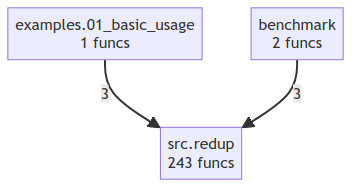
This is project/compact_flow.png from semcod/redup, a Mermaid export, as it was before one commit. Its source is kept beside it as project/compact_flow.mmd.
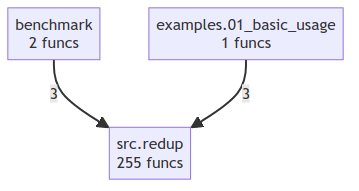
Later version of the same file.

What changed in the source:
```diff
@@ -1,6 +1,6 @@
 flowchart TD
     benchmark["benchmark<br/>2 funcs"]
     examples_01_basic_usage["examples.01_basic_usage<br/>1 funcs"]
-    src_redup["src.redup<br/>243 funcs"]
+    src_redup["src.redup<br/>255 funcs"]
+    benchmark -->|3| src_redup
     examples_01_basic_usage -->|3| src_redup
-    benchmark -->|3| src_redup
```
